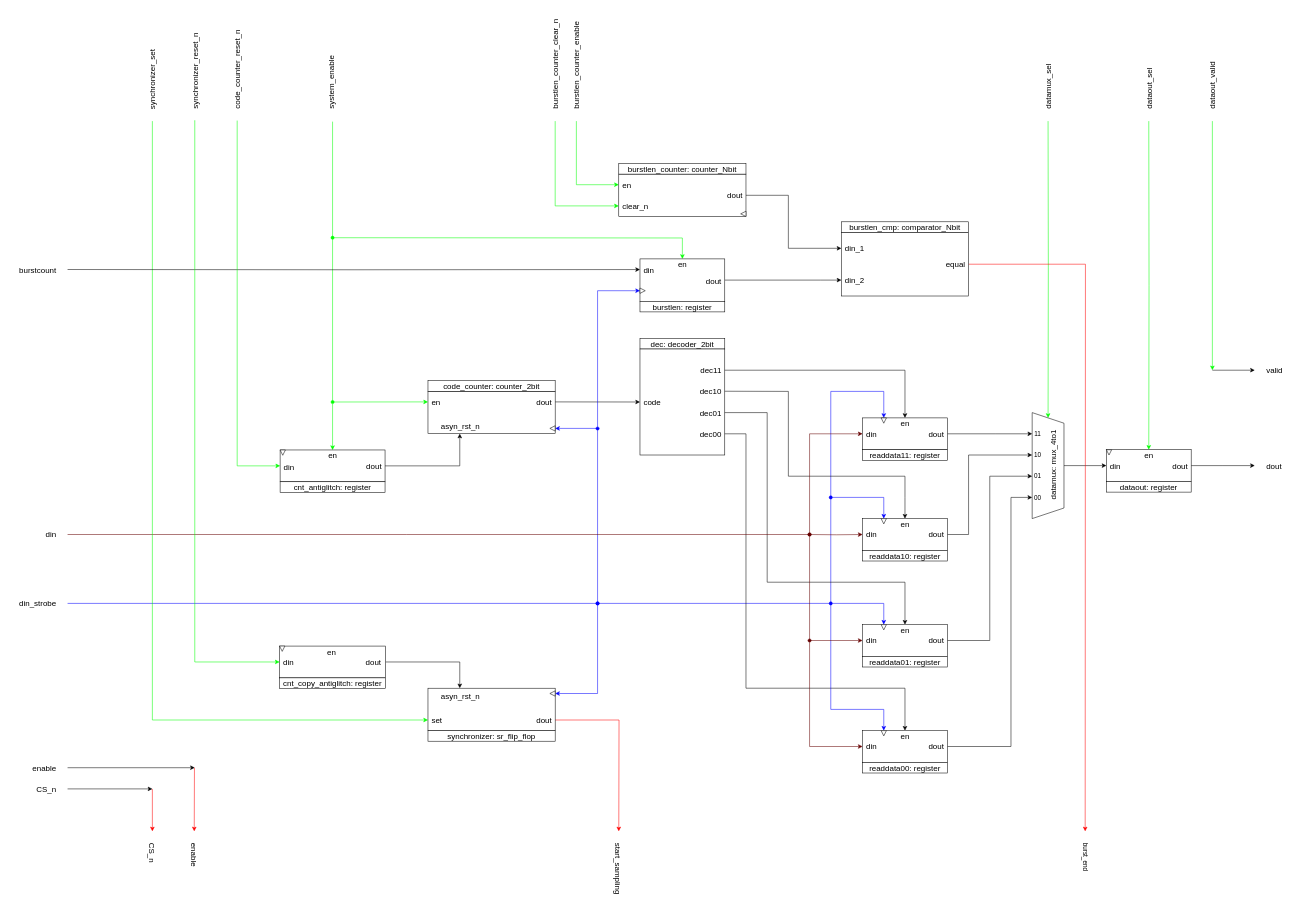
Above: page "synchronizer: RTL" (4 of 6) of IP_cores/AvalonMM_to_hRAM/SSRAM_to_hRAM_v1/rtl/SSRAM_to_hRAM.drawio in AndreaBononi/IP_cores (draw.io), before the change. Source tidied: cells renumbered, new cells numbered last; positions are measured from the earlier drawing's top-left corner, leaving out a move shared by most shapes. Both pictures are drawn from the tidied source at 53%, with x=0, y=0 at pixel (9, 51).
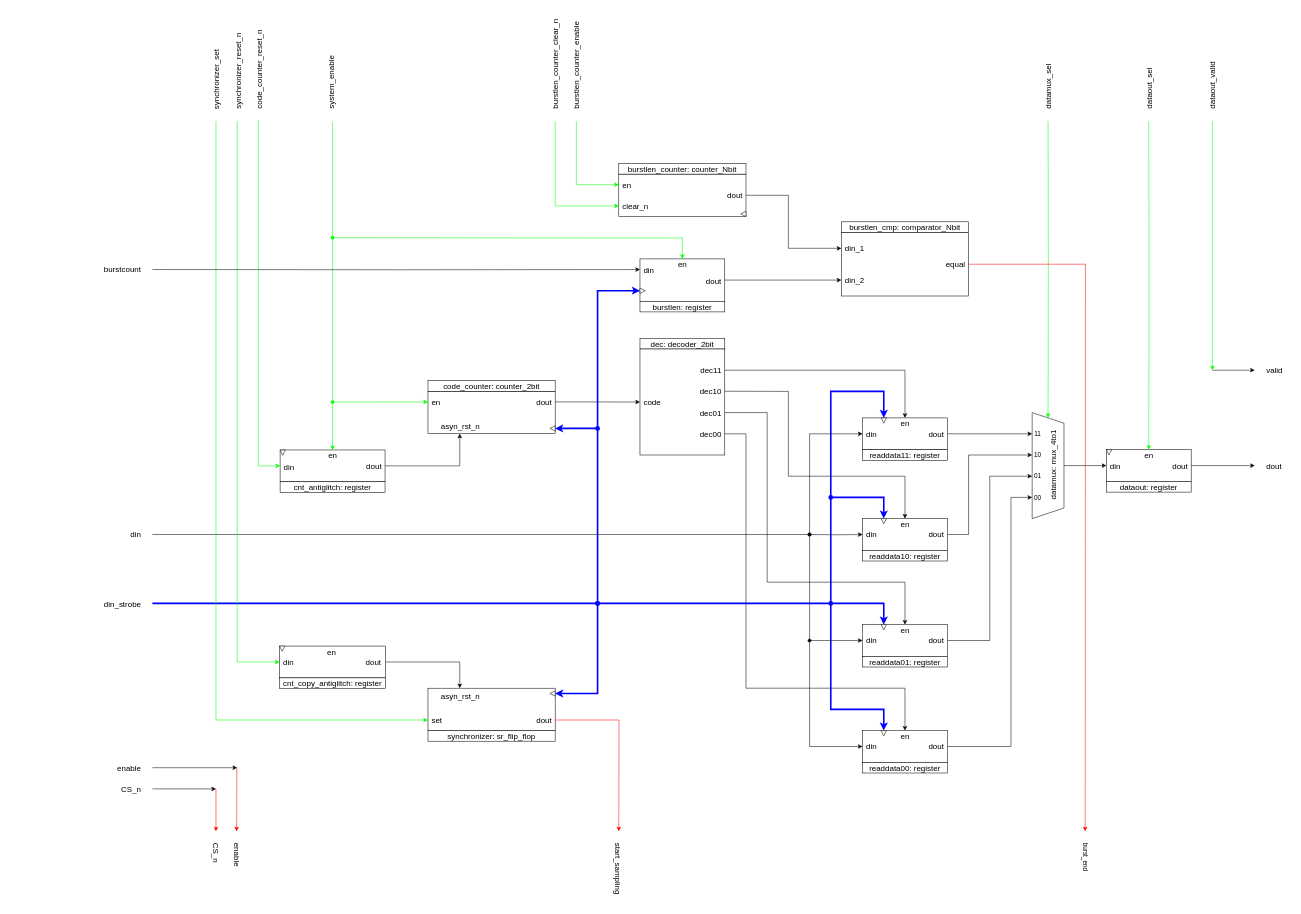
The same diagram, later.

The change refers to these unchanged cells:
```xml
<mxCell id="7" style="triangle;whiteSpace=wrap;html=1;direction=west;fontSize=15;" parent="1" vertex="1">
  <mxGeometry x="1020" y="705.8" width="10" height="10" as="geometry" />
</mxCell>
<mxCell id="17" style="rounded=0;whiteSpace=wrap;html=1;horizontal=1;" parent="1" vertex="1">
  <mxGeometry x="1610" y="691" width="160" height="60" as="geometry" />
</mxCell>
<mxCell id="37" style="rounded=0;whiteSpace=wrap;html=1;horizontal=1;" parent="1" vertex="1">
  <mxGeometry x="1610" y="881" width="160" height="60" as="geometry" />
</mxCell>
<mxCell id="43" style="rounded=0;whiteSpace=wrap;html=1;horizontal=1;" parent="1" vertex="1">
  <mxGeometry x="1610" y="1081" width="160" height="60" as="geometry" />
</mxCell>
<mxCell id="49" style="rounded=0;whiteSpace=wrap;html=1;horizontal=1;" parent="1" vertex="1">
  <mxGeometry x="1610" y="1281" width="160" height="60" as="geometry" />
</mxCell>
<mxCell id="69" style="rounded=0;whiteSpace=wrap;html=1;" parent="1" vertex="1">
  <mxGeometry x="790" y="1201" width="240" height="80" as="geometry" />
</mxCell>
<mxCell id="73" style="triangle;whiteSpace=wrap;html=1;direction=west;fontSize=15;" parent="1" vertex="1">
  <mxGeometry x="1020" y="1206" width="10" height="10" as="geometry" />
</mxCell>
<mxCell id="99" style="rounded=0;whiteSpace=wrap;html=1;horizontal=1;" parent="1" vertex="1">
  <mxGeometry x="1190" y="391" width="160" height="80" as="geometry" />
</mxCell>
<mxCell id="130" style="rounded=0;whiteSpace=wrap;html=1;horizontal=1;" parent="1" vertex="1">
  <mxGeometry x="511" y="751.5" width="198" height="60" as="geometry" />
</mxCell>
<mxCell id="140" style="rounded=0;whiteSpace=wrap;html=1;horizontal=1;" parent="1" vertex="1">
  <mxGeometry x="510" y="1121.5" width="200" height="60" as="geometry" />
</mxCell>
```

What changed in the source:
```diff
@@
-    <mxCell id="6" style="edgeStyle=orthogonalEdgeStyle;rounded=0;jettySize=auto;html=1;entryX=0;entryY=0.5;entryDx=0;entryDy=0;startArrow=oval;startFill=1;strokeColor=#0000FF;" parent="1" edge="1" target="7">
+    <mxCell id="6" style="edgeStyle=orthogonalEdgeStyle;rounded=0;jettySize=auto;html=1;entryX=0;entryY=0.5;entryDx=0;entryDy=0;startArrow=oval;startFill=1;strokeColor=#0000FF;strokeWidth=3;" parent="1" edge="1" target="7">
       <mxGeometry relative="1" as="geometry">
         <mxPoint x="1110" y="1041" as="sourcePoint" />
         <Array as="points">
           <mxPoint x="1110" y="711" />
         </Array>
       </mxGeometry>
     </mxCell>
@@
     <mxCell id="10" value="&lt;font style=&quot;font-size: 15px;&quot;&gt;din_strobe&lt;/font&gt;" style="text;html=1;align=right;verticalAlign=middle;strokeColor=none;fillColor=none;" parent="1" vertex="1">
-      <mxGeometry y="1026" width="90" height="30" as="geometry" />
+      <mxGeometry x="160" y="1028" width="90" height="30" as="geometry" />
     </mxCell>
@@
-    <mxCell id="16" style="edgeStyle=orthogonalEdgeStyle;rounded=0;jettySize=auto;html=1;entryX=0.25;entryY=0;entryDx=0;entryDy=0;strokeColor=#0000FF;startArrow=none;startFill=0;" parent="1" edge="1" target="17">
+    <mxCell id="16" style="edgeStyle=orthogonalEdgeStyle;rounded=0;jettySize=auto;html=1;entryX=0.25;entryY=0;entryDx=0;entryDy=0;strokeColor=#0000FF;startArrow=none;startFill=0;strokeWidth=3;" parent="1" edge="1" target="17">
       <mxGeometry relative="1" as="geometry">
-        <mxPoint x="110" y="1041" as="sourcePoint" />
+        <mxPoint x="270" y="1041" as="sourcePoint" />
         <Array as="points">
           <mxPoint x="1550" y="1041" />
           <mxPoint x="1550" y="641" />
           <mxPoint x="1650" y="641" />
         </Array>
       </mxGeometry>
     </mxCell>
@@
-    <mxCell id="35" style="edgeStyle=orthogonalEdgeStyle;rounded=0;jettySize=auto;html=1;entryX=0.25;entryY=0;entryDx=0;entryDy=0;startArrow=oval;startFill=1;strokeColor=#0000FF;" parent="1" edge="1" target="37">
+    <mxCell id="35" style="edgeStyle=orthogonalEdgeStyle;rounded=0;jettySize=auto;html=1;entryX=0.25;entryY=0;entryDx=0;entryDy=0;startArrow=oval;startFill=1;strokeColor=#0000FF;strokeWidth=3;" parent="1" edge="1" target="37">
       <mxGeometry relative="1" as="geometry">
         <mxPoint x="1550" y="841" as="sourcePoint" />
         <Array as="points">
           <mxPoint x="1550" y="841" />
           <mxPoint x="1650" y="841" />
         </Array>
       </mxGeometry>
     </mxCell>
-    <mxCell id="36" style="edgeStyle=orthogonalEdgeStyle;rounded=0;jettySize=auto;html=1;exitX=0;exitY=0.5;exitDx=0;exitDy=0;entryX=0;entryY=0.5;entryDx=0;entryDy=0;strokeColor=#660000;startArrow=oval;startFill=1;" parent="1" edge="1" target="37">
+    <mxCell id="36" style="edgeStyle=orthogonalEdgeStyle;rounded=0;jettySize=auto;html=1;exitX=0;exitY=0.5;exitDx=0;exitDy=0;entryX=0;entryY=0.5;entryDx=0;entryDy=0;strokeColor=default;startArrow=oval;startFill=1;" parent="1" edge="1" target="37">
       <mxGeometry relative="1" as="geometry">
         <mxPoint x="1510" y="911" as="sourcePoint" />
       </mxGeometry>
     </mxCell>
@@
-    <mxCell id="42" style="edgeStyle=orthogonalEdgeStyle;rounded=0;jettySize=auto;html=1;entryX=0.25;entryY=0;entryDx=0;entryDy=0;startArrow=oval;startFill=1;strokeColor=#0000FF;" parent="1" edge="1" target="43">
+    <mxCell id="42" style="edgeStyle=orthogonalEdgeStyle;rounded=0;jettySize=auto;html=1;entryX=0.25;entryY=0;entryDx=0;entryDy=0;startArrow=oval;startFill=1;strokeColor=#0000FF;strokeWidth=3;" parent="1" edge="1" target="43">
       <mxGeometry relative="1" as="geometry">
         <mxPoint x="1550" y="1041" as="sourcePoint" />
         <Array as="points">
           <mxPoint x="1550" y="1041" />
           <mxPoint x="1650" y="1041" />
         </Array>
       </mxGeometry>
     </mxCell>
@@
-    <mxCell id="48" style="edgeStyle=orthogonalEdgeStyle;rounded=0;jettySize=auto;html=1;exitX=0.25;exitY=0;exitDx=0;exitDy=0;entryX=0.25;entryY=0;entryDx=0;entryDy=0;strokeColor=#0000FF;" parent="1" edge="1" target="49">
+    <mxCell id="48" style="edgeStyle=orthogonalEdgeStyle;rounded=0;jettySize=auto;html=1;exitX=0.25;exitY=0;exitDx=0;exitDy=0;entryX=0.25;entryY=0;entryDx=0;entryDy=0;strokeColor=#0000FF;strokeWidth=3;" parent="1" edge="1" target="49">
       <mxGeometry relative="1" as="geometry">
         <mxPoint x="1550" y="1041" as="sourcePoint" />
         <Array as="points">
           <mxPoint x="1550" y="1241" />
           <mxPoint x="1650" y="1241" />
         </Array>
       </mxGeometry>
     </mxCell>
@@
-    <mxCell id="59" style="edgeStyle=orthogonalEdgeStyle;rounded=0;jettySize=auto;html=1;strokeColor=#660000;startArrow=none;startFill=0;entryX=0;entryY=0.5;entryDx=0;entryDy=0;" parent="1" edge="1" target="17">
+    <mxCell id="59" style="edgeStyle=orthogonalEdgeStyle;rounded=0;jettySize=auto;html=1;strokeColor=default;startArrow=none;startFill=0;entryX=0;entryY=0.5;entryDx=0;entryDy=0;" parent="1" edge="1" target="17">
       <mxGeometry relative="1" as="geometry">
-        <mxPoint x="110" y="911" as="sourcePoint" />
+        <mxPoint x="270" y="911" as="sourcePoint" />
         <Array as="points">
           <mxPoint x="750" y="911" />
           <mxPoint x="1510" y="911" />
           <mxPoint x="1510" y="721" />
         </Array>
       </mxGeometry>
     </mxCell>
@@
-    <mxCell id="64" style="edgeStyle=orthogonalEdgeStyle;rounded=0;jettySize=auto;html=1;entryX=0;entryY=0.5;entryDx=0;entryDy=0;strokeColor=#660000;startArrow=oval;startFill=1;" parent="1" edge="1" target="43">
+    <mxCell id="64" style="edgeStyle=orthogonalEdgeStyle;rounded=0;jettySize=auto;html=1;entryX=0;entryY=0.5;entryDx=0;entryDy=0;strokeColor=default;startArrow=oval;startFill=1;" parent="1" edge="1" target="43">
       <mxGeometry relative="1" as="geometry">
         <mxPoint x="1510" y="911" as="sourcePoint" />
         <Array as="points">
           <mxPoint x="1510" y="1111" />
         </Array>
       </mxGeometry>
     </mxCell>
-    <mxCell id="65" style="edgeStyle=orthogonalEdgeStyle;rounded=0;orthogonalLoop=1;jettySize=auto;html=1;entryX=0;entryY=0.5;entryDx=0;entryDy=0;strokeColor=#660000;startArrow=oval;startFill=1;" parent="1" edge="1">
+    <mxCell id="65" style="edgeStyle=orthogonalEdgeStyle;rounded=0;orthogonalLoop=1;jettySize=auto;html=1;entryX=0;entryY=0.5;entryDx=0;entryDy=0;strokeColor=default;startArrow=oval;startFill=1;" parent="1" edge="1">
       <mxGeometry relative="1" as="geometry">
         <mxPoint x="1510" y="1111" as="sourcePoint" />
         <mxPoint x="1610" y="1311" as="targetPoint" />
         <Array as="points">
           <mxPoint x="1510" y="1311" />
         </Array>
       </mxGeometry>
     </mxCell>
     <mxCell id="66" value="&lt;font style=&quot;font-size: 15px;&quot;&gt;din&lt;/font&gt;" style="text;html=1;align=right;verticalAlign=middle;strokeColor=none;fillColor=none;" parent="1" vertex="1">
-      <mxGeometry x="50" y="896" width="40" height="30" as="geometry" />
+      <mxGeometry x="210" y="896" width="40" height="30" as="geometry" />
     </mxCell>
     <mxCell id="67" style="edgeStyle=orthogonalEdgeStyle;rounded=0;jettySize=auto;html=1;entryX=0;entryY=0.75;entryDx=0;entryDy=0;strokeColor=#00FF00;" parent="1" edge="1" target="69">
       <mxGeometry relative="1" as="geometry">
-        <mxPoint x="270" y="131" as="sourcePoint" />
+        <mxPoint x="390" y="131" as="sourcePoint" />
         <Array as="points">
-          <mxPoint x="270" y="131" />
-          <mxPoint x="270" y="1261" />
+          <mxPoint x="390" y="1261" />
         </Array>
       </mxGeometry>
     </mxCell>
@@
-    <mxCell id="72" style="edgeStyle=orthogonalEdgeStyle;rounded=0;jettySize=auto;html=1;entryX=0;entryY=0.5;entryDx=0;entryDy=0;startArrow=oval;startFill=1;strokeColor=#0000FF;" parent="1" edge="1" target="73">
+    <mxCell id="72" style="edgeStyle=orthogonalEdgeStyle;rounded=0;jettySize=auto;html=1;entryX=0;entryY=0.5;entryDx=0;entryDy=0;startArrow=oval;startFill=1;strokeColor=#0000FF;strokeWidth=3;" parent="1" edge="1" target="73">
       <mxGeometry relative="1" as="geometry">
         <mxPoint x="1110" y="1041" as="sourcePoint" />
         <Array as="points">
           <mxPoint x="1110" y="1211" />
         </Array>
       </mxGeometry>
     </mxCell>
@@
     <mxCell id="76" value="&lt;font style=&quot;font-size: 15px;&quot;&gt;synchronizer_set&lt;/font&gt;" style="text;html=1;align=left;verticalAlign=middle;strokeColor=none;fillColor=none;rotation=-90;" parent="1" vertex="1">
-      <mxGeometry x="200" y="26" width="140" height="30" as="geometry" />
+      <mxGeometry x="320" y="26" width="140" height="30" as="geometry" />
     </mxCell>
     <mxCell id="77" value="&lt;font style=&quot;font-size: 15px;&quot;&gt;CS_n&lt;/font&gt;" style="text;html=1;align=right;verticalAlign=middle;strokeColor=none;fillColor=none;" parent="1" vertex="1">
-      <mxGeometry x="30" y="1376" width="60" height="30" as="geometry" />
+      <mxGeometry x="190" y="1376" width="60" height="30" as="geometry" />
     </mxCell>
     <mxCell id="78" style="endArrow=classic;html=1;rounded=0;strokeColor=#FF0000;" parent="1" edge="1">
       <mxGeometry relative="1" as="geometry">
-        <mxPoint x="270" y="1391" as="sourcePoint" />
-        <mxPoint x="270" y="1471" as="targetPoint" />
+        <mxPoint x="390" y="1391" as="sourcePoint" />
+        <mxPoint x="390" y="1471" as="targetPoint" />
       </mxGeometry>
     </mxCell>
     <mxCell id="79" style="endArrow=classic;html=1;rounded=0;" parent="1" edge="1">
       <mxGeometry relative="1" as="geometry">
-        <mxPoint x="110" y="1391" as="sourcePoint" />
-        <mxPoint x="270" y="1391" as="targetPoint" />
+        <mxPoint x="270" y="1391" as="sourcePoint" />
+        <mxPoint x="390" y="1391" as="targetPoint" />
       </mxGeometry>
     </mxCell>
     <mxCell id="80" value="&lt;div align=&quot;left&quot;&gt;&lt;font style=&quot;font-size: 15px;&quot;&gt;CS_n&lt;/font&gt;&lt;/div&gt;" style="text;html=1;align=left;verticalAlign=middle;strokeColor=none;fillColor=none;rotation=90;" parent="1" vertex="1">
-      <mxGeometry x="240" y="1506" width="60" height="30" as="geometry" />
+      <mxGeometry x="360" y="1506" width="60" height="30" as="geometry" />
     </mxCell>
@@
     <mxCell id="97" style="edgeStyle=orthogonalEdgeStyle;rounded=0;orthogonalLoop=1;jettySize=auto;html=1;entryX=0;entryY=0.75;entryDx=0;entryDy=0;" parent="1" edge="1">
       <mxGeometry relative="1" as="geometry">
-        <mxPoint x="110" y="411" as="sourcePoint" />
+        <mxPoint x="270" y="411" as="sourcePoint" />
         <mxPoint x="1190" y="411.1" as="targetPoint" />
       </mxGeometry>
     </mxCell>
@@
-    <mxCell id="104" style="edgeStyle=orthogonalEdgeStyle;rounded=0;jettySize=auto;html=1;startArrow=oval;startFill=1;strokeColor=#0000FF;entryX=0;entryY=0.75;entryDx=0;entryDy=0;" parent="1" edge="1" target="99">
+    <mxCell id="104" style="edgeStyle=orthogonalEdgeStyle;rounded=0;jettySize=auto;html=1;startArrow=oval;startFill=1;strokeColor=#0000FF;entryX=0;entryY=0.75;entryDx=0;entryDy=0;strokeWidth=3;" parent="1" edge="1" target="99">
       <mxGeometry relative="1" as="geometry">
         <mxPoint x="1110" y="711" as="sourcePoint" />
         <Array as="points">
           <mxPoint x="1110" y="451" />
         </Array>
       </mxGeometry>
     </mxCell>
@@
     <mxCell id="114" value="&lt;font style=&quot;font-size: 15px;&quot;&gt;burstcount&lt;/font&gt;" style="text;html=1;align=right;verticalAlign=middle;strokeColor=none;fillColor=none;" parent="1" vertex="1">
-      <mxGeometry y="397" width="90" height="30" as="geometry" />
+      <mxGeometry x="160" y="396" width="90" height="30" as="geometry" />
     </mxCell>
@@
     <mxCell id="122" style="endArrow=classic;html=1;rounded=0;" parent="1" edge="1">
       <mxGeometry relative="1" as="geometry">
-        <mxPoint x="110" y="1351" as="sourcePoint" />
-        <mxPoint x="350" y="1351" as="targetPoint" />
+        <mxPoint x="270" y="1351" as="sourcePoint" />
+        <mxPoint x="430" y="1351" as="targetPoint" />
       </mxGeometry>
     </mxCell>
     <mxCell id="123" value="&lt;font style=&quot;font-size: 15px;&quot;&gt;enable&lt;/font&gt;" style="text;html=1;align=left;verticalAlign=middle;strokeColor=none;fillColor=none;rotation=90;" parent="1" vertex="1">
-      <mxGeometry x="315" y="1511" width="70" height="30" as="geometry" />
+      <mxGeometry x="395" y="1511" width="70" height="30" as="geometry" />
     </mxCell>
     <mxCell id="124" value="&lt;font style=&quot;font-size: 15px;&quot;&gt;enable&lt;/font&gt;" style="text;html=1;align=right;verticalAlign=middle;strokeColor=none;fillColor=none;" parent="1" vertex="1">
-      <mxGeometry x="20" y="1336" width="70" height="30" as="geometry" />
+      <mxGeometry x="180" y="1336" width="70" height="30" as="geometry" />
     </mxCell>
@@
     <mxCell id="129" style="edgeStyle=orthogonalEdgeStyle;rounded=0;jettySize=auto;html=1;entryX=0;entryY=0.5;entryDx=0;entryDy=0;strokeColor=#00FF00;" parent="1" edge="1" target="130">
       <mxGeometry relative="1" as="geometry">
-        <mxPoint x="430" y="130" as="sourcePoint" />
+        <mxPoint x="470" y="130" as="sourcePoint" />
         <Array as="points">
-          <mxPoint x="430" y="782" />
+          <mxPoint x="470" y="130" />
+          <mxPoint x="470" y="782" />
         </Array>
       </mxGeometry>
     </mxCell>
@@
     <mxCell id="136" value="&lt;font style=&quot;font-size: 15px;&quot;&gt;code_counter_reset_n&lt;/font&gt;" style="text;html=1;align=left;verticalAlign=middle;strokeColor=none;fillColor=none;rotation=-90;" parent="1" vertex="1">
-      <mxGeometry x="345" y="10" width="170" height="30" as="geometry" />
+      <mxGeometry x="386" y="10" width="170" height="30" as="geometry" />
     </mxCell>
@@
     <mxCell id="139" style="edgeStyle=orthogonalEdgeStyle;rounded=0;jettySize=auto;html=1;entryX=0;entryY=0.5;entryDx=0;entryDy=0;strokeColor=#00FF00;" parent="1" edge="1" target="140">
       <mxGeometry relative="1" as="geometry">
-        <mxPoint x="350" y="131" as="sourcePoint" />
+        <mxPoint x="430" y="131" as="sourcePoint" />
         <Array as="points">
-          <mxPoint x="350" y="130" />
-          <mxPoint x="350" y="1152" />
+          <mxPoint x="430" y="131" />
+          <mxPoint x="430" y="1151" />
         </Array>
       </mxGeometry>
     </mxCell>
@@
     <mxCell id="146" value="&lt;font style=&quot;font-size: 15px;&quot;&gt;synchronizer_reset_n&lt;/font&gt;" style="text;html=1;align=left;verticalAlign=middle;strokeColor=none;fillColor=none;rotation=-90;" parent="1" vertex="1">
-      <mxGeometry x="265" y="10" width="170" height="30" as="geometry" />
+      <mxGeometry x="346" y="10" width="170" height="30" as="geometry" />
     </mxCell>
@@
     <mxCell id="150" style="endArrow=classic;html=1;rounded=0;strokeColor=#FF0000;" parent="1" edge="1">
       <mxGeometry relative="1" as="geometry">
-        <mxPoint x="349.4" y="1351" as="sourcePoint" />
-        <mxPoint x="349" y="1471" as="targetPoint" />
+        <mxPoint x="429.4" y="1351" as="sourcePoint" />
+        <mxPoint x="429" y="1471" as="targetPoint" />
       </mxGeometry>
     </mxCell>
```
